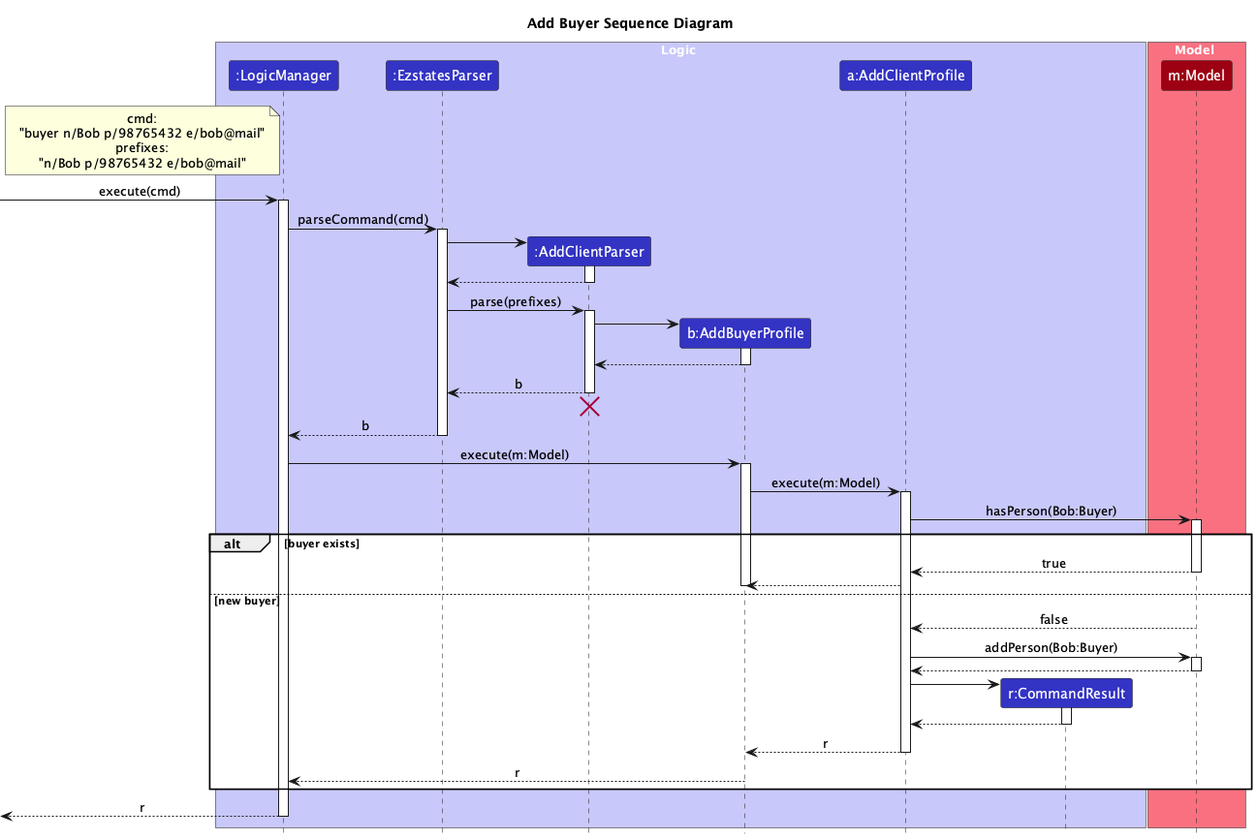
Earlier version of the PlantUML export docs/images/dg/AddBuyerSequenceDiagram.png (nus-cs2103-AY2425S1/tp).
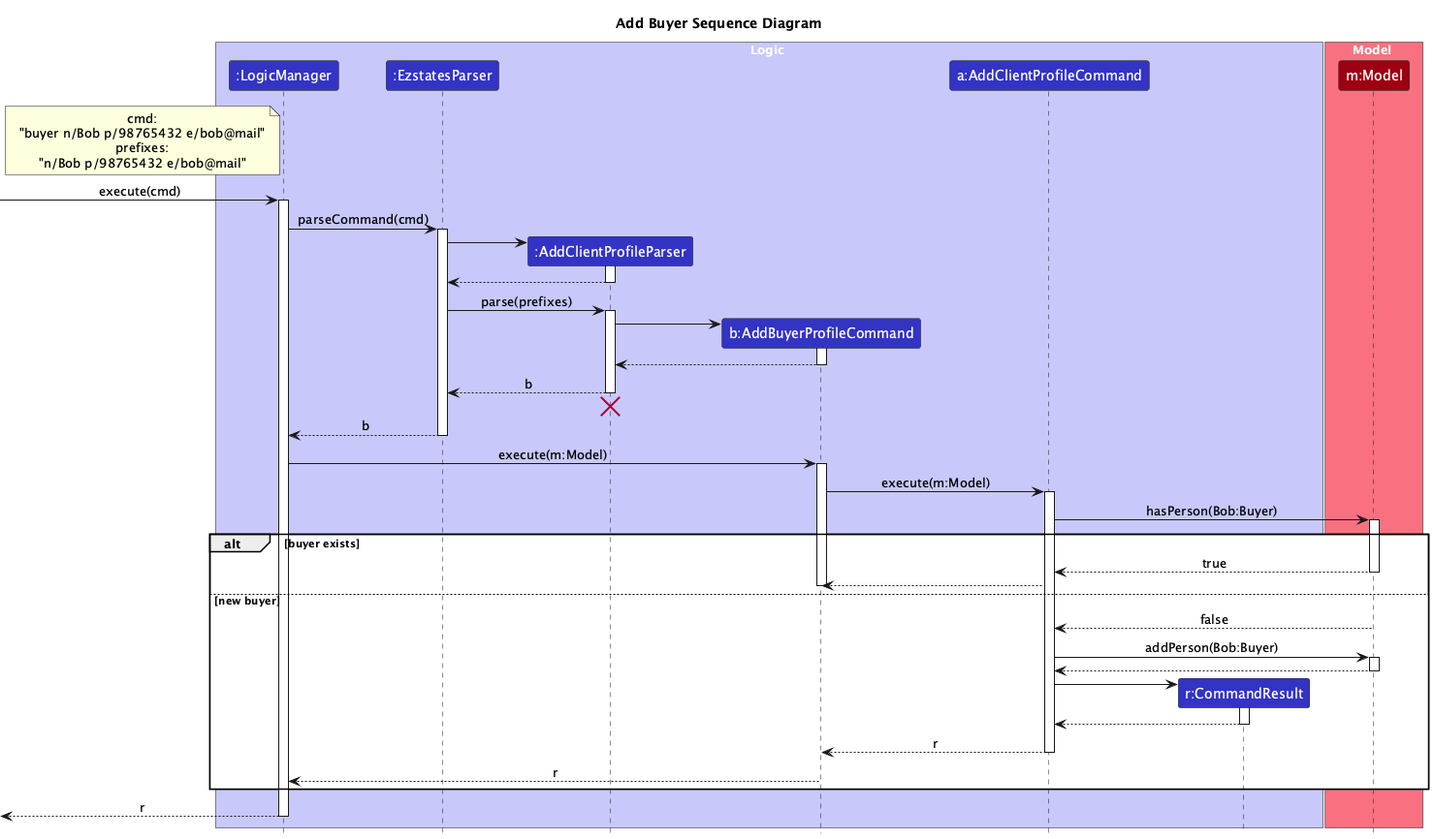
The same file after the commit.

Change to the diagram source:
```diff
@@ -9,9 +9,9 @@
 box Logic LOGIC_COLOR_T1
 participant ":LogicManager" as LogicManager LOGIC_COLOR
 participant ":EzstatesParser" as EzstatesParser LOGIC_COLOR
-participant ":AddClientParser" as AddClientParser LOGIC_COLOR
-participant "b:AddBuyerProfile" as AddBuyerProfile LOGIC_COLOR
-participant "a:AddClientProfile" as AddClientProfile LOGIC_COLOR
+participant ":AddClientProfileParser" as AddClientProfileParser LOGIC_COLOR
+participant "b:AddBuyerProfileCommand" as AddBuyerProfileCommand LOGIC_COLOR
+participant "a:AddClientProfileCommand" as AddClientProfileCommand LOGIC_COLOR
 participant "r:CommandResult" as CommandResult LOGIC_COLOR
 end box
 
@@ -32,63 +32,63 @@
 LogicManager -> EzstatesParser : parseCommand(cmd)
 activate EzstatesParser
 
-create AddClientParser
-EzstatesParser -> AddClientParser
-activate AddClientParser
+create AddClientProfileParser
+EzstatesParser -> AddClientProfileParser
+activate AddClientProfileParser
 
-AddClientParser --> EzstatesParser
-deactivate AddClientParser
+AddClientProfileParser --> EzstatesParser
+deactivate AddClientProfileParser
 
-EzstatesParser -> AddClientParser : parse(prefixes)
-activate AddClientParser
+EzstatesParser -> AddClientProfileParser : parse(prefixes)
+activate AddClientProfileParser
 
-create AddBuyerProfile
-AddClientParser -> AddBuyerProfile
-activate AddBuyerProfile
+create AddBuyerProfileCommand
+AddClientProfileParser -> AddBuyerProfileCommand
+activate AddBuyerProfileCommand
 
-AddBuyerProfile --> AddClientParser
-deactivate AddBuyerProfile
+AddBuyerProfileCommand --> AddClientProfileParser
+deactivate AddBuyerProfileCommand
 
-AddClientParser --> EzstatesParser : b
-deactivate AddClientParser
-AddClientParser -[hidden]-> EzstatesParser
-destroy AddClientParser
+AddClientProfileParser --> EzstatesParser : b
+deactivate AddClientProfileParser
+AddClientProfileParser -[hidden]-> EzstatesParser
+destroy AddClientProfileParser
 
 EzstatesParser --> LogicManager : b
 deactivate EzstatesParser
 
-LogicManager -> AddBuyerProfile : execute(m:Model)
-activate AddBuyerProfile
+LogicManager -> AddBuyerProfileCommand : execute(m:Model)
+activate AddBuyerProfileCommand
 
-AddBuyerProfile -> AddClientProfile : execute(m:Model)
-activate AddClientProfile
+AddBuyerProfileCommand -> AddClientProfileCommand : execute(m:Model)
+activate AddClientProfileCommand
 
-AddClientProfile -> Model : hasPerson(Bob:Buyer)
+AddClientProfileCommand -> Model : hasPerson(Bob:Buyer)
 activate Model
 
 alt buyer exists
-    Model --> AddClientProfile : true
+    Model --> AddClientProfileCommand : true
     deactivate Model
-    AddClientProfile --> AddBuyerProfile
-    deactivate AddBuyerProfile
+    AddClientProfileCommand --> AddBuyerProfileCommand
+    deactivate AddBuyerProfileCommand
 else new buyer
-    Model --> AddClientProfile : false
+    Model --> AddClientProfileCommand : false
     deactivate Model
-    AddClientProfile -> Model : addPerson(Bob:Buyer)
+    AddClientProfileCommand -> Model : addPerson(Bob:Buyer)
     activate Model
-    Model --> AddClientProfile
+    Model --> AddClientProfileCommand
     deactivate Model
 
     create CommandResult
-    AddClientProfile -> CommandResult
+    AddClientProfileCommand -> CommandResult
     activate CommandResult
-    CommandResult --> AddClientProfile
+    CommandResult --> AddClientProfileCommand
     deactivate CommandResult
 
-    AddClientProfile --> AddBuyerProfile : r
-    deactivate AddClientProfile
-    AddBuyerProfile --> LogicManager : r
-    deactivate AddBuyerProfile
+    AddClientProfileCommand --> AddBuyerProfileCommand : r
+    deactivate AddClientProfileCommand
+    AddBuyerProfileCommand --> LogicManager : r
+    deactivate AddBuyerProfileCommand
 end
 
 [<-- LogicManager : r
```
